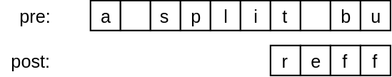
Earlier version of the draw.io export blog/split-buffers/split-buffer-10.svg (briansteffens/briansteffens.github.io). Source tidied: cells renumbered, new cells last; positions are measured from the earlier drawing's top-left corner, leaving out a move shared by most shapes. Source of this version:
```xml
<mxGraphModel background="#ffffff">
  <root>
    <mxCell id="0" />
    <mxCell id="1" parent="0" />
    <mxCell id="2" value="a" style="rounded=0;whiteSpace=wrap;html=1;shadow=0;" parent="1" vertex="1">
      <mxGeometry x="60" width="20" height="20" as="geometry" />
    </mxCell>
    <mxCell id="3" style="rounded=0;whiteSpace=wrap;html=1;shadow=0;" parent="1" vertex="1">
      <mxGeometry x="80" width="20" height="20" as="geometry" />
    </mxCell>
    <mxCell id="4" value="r" style="rounded=0;whiteSpace=wrap;html=1;shadow=0;" parent="1" vertex="1">
      <mxGeometry x="180" y="30" width="20" height="20" as="geometry" />
    </mxCell>
    <mxCell id="5" value="e" style="rounded=0;whiteSpace=wrap;html=1;shadow=0;" parent="1" vertex="1">
      <mxGeometry x="200" y="30" width="20" height="20" as="geometry" />
    </mxCell>
    <mxCell id="6" value="f" style="rounded=0;whiteSpace=wrap;html=1;shadow=0;" parent="1" vertex="1">
      <mxGeometry x="220" y="30" width="20" height="20" as="geometry" />
    </mxCell>
    <mxCell id="7" value="f" style="rounded=0;whiteSpace=wrap;html=1;shadow=0;" parent="1" vertex="1">
      <mxGeometry x="240" y="30" width="20" height="20" as="geometry" />
    </mxCell>
    <mxCell id="8" value="pre:" style="text;html=1;strokeColor=none;fillColor=none;align=center;verticalAlign=middle;whiteSpace=wrap;shadow=0;" parent="1" vertex="1">
      <mxGeometry x="3" width="40" height="20" as="geometry" />
    </mxCell>
    <mxCell id="9" value="post:" style="text;html=1;strokeColor=none;fillColor=none;align=center;verticalAlign=middle;whiteSpace=wrap;shadow=0;" parent="1" vertex="1">
      <mxGeometry y="30" width="40" height="20" as="geometry" />
    </mxCell>
    <mxCell id="10" value="s" style="rounded=0;whiteSpace=wrap;html=1;shadow=0;" parent="1" vertex="1">
      <mxGeometry x="100" width="20" height="20" as="geometry" />
    </mxCell>
    <mxCell id="11" value="p" style="rounded=0;whiteSpace=wrap;html=1;shadow=0;" parent="1" vertex="1">
      <mxGeometry x="120" width="20" height="20" as="geometry" />
    </mxCell>
    <mxCell id="12" value="l" style="rounded=0;whiteSpace=wrap;html=1;shadow=0;" parent="1" vertex="1">
      <mxGeometry x="140" width="20" height="20" as="geometry" />
    </mxCell>
    <mxCell id="13" value="i" style="rounded=0;whiteSpace=wrap;html=1;shadow=0;" parent="1" vertex="1">
      <mxGeometry x="160" width="20" height="20" as="geometry" />
    </mxCell>
    <mxCell id="14" value="t" style="rounded=0;whiteSpace=wrap;html=1;shadow=0;" parent="1" vertex="1">
      <mxGeometry x="180" width="20" height="20" as="geometry" />
    </mxCell>
    <mxCell id="15" value="&amp;nbsp;" style="rounded=0;whiteSpace=wrap;html=1;shadow=0;fillColor=#ffffff;strokeColor=#000000;" parent="1" vertex="1">
      <mxGeometry x="200" width="20" height="20" as="geometry" />
    </mxCell>
    <mxCell id="16" value="b" style="rounded=0;whiteSpace=wrap;html=1;shadow=0;" parent="1" vertex="1">
      <mxGeometry x="220" width="20" height="20" as="geometry" />
    </mxCell>
    <mxCell id="17" value="u" style="rounded=0;whiteSpace=wrap;html=1;shadow=0;fillColor=#ffffff;strokeColor=#000000;" parent="1" vertex="1">
      <mxGeometry x="240" width="20" height="20" as="geometry" />
    </mxCell>
  </root>
</mxGraphModel>
```
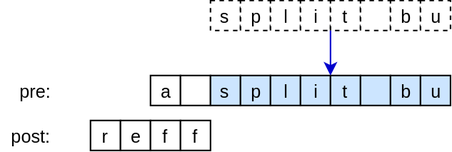
The same file after the commit.

The edit, as a diff of the source:
```diff
@@ -1,4 +1,4 @@
-<mxGraphModel background="#ffffff">
+<mxGraphModel>
   <root>
     <mxCell id="0" />
     <mxCell id="1" parent="0" />
@@ -9,46 +9,79 @@
       <mxGeometry x="80" width="20" height="20" as="geometry" />
     </mxCell>
     <mxCell id="4" value="r" style="rounded=0;whiteSpace=wrap;html=1;shadow=0;" parent="1" vertex="1">
-      <mxGeometry x="180" y="30" width="20" height="20" as="geometry" />
+      <mxGeometry x="20" y="30" width="20" height="20" as="geometry" />
     </mxCell>
     <mxCell id="5" value="e" style="rounded=0;whiteSpace=wrap;html=1;shadow=0;" parent="1" vertex="1">
-      <mxGeometry x="200" y="30" width="20" height="20" as="geometry" />
+      <mxGeometry x="40" y="30" width="20" height="20" as="geometry" />
     </mxCell>
     <mxCell id="6" value="f" style="rounded=0;whiteSpace=wrap;html=1;shadow=0;" parent="1" vertex="1">
-      <mxGeometry x="220" y="30" width="20" height="20" as="geometry" />
+      <mxGeometry x="60" y="30" width="20" height="20" as="geometry" />
     </mxCell>
     <mxCell id="7" value="f" style="rounded=0;whiteSpace=wrap;html=1;shadow=0;" parent="1" vertex="1">
-      <mxGeometry x="240" y="30" width="20" height="20" as="geometry" />
+      <mxGeometry x="80" y="30" width="20" height="20" as="geometry" />
     </mxCell>
     <mxCell id="8" value="pre:" style="text;html=1;strokeColor=none;fillColor=none;align=center;verticalAlign=middle;whiteSpace=wrap;shadow=0;" parent="1" vertex="1">
-      <mxGeometry x="3" width="40" height="20" as="geometry" />
+      <mxGeometry x="-37" width="40" height="20" as="geometry" />
     </mxCell>
     <mxCell id="9" value="post:" style="text;html=1;strokeColor=none;fillColor=none;align=center;verticalAlign=middle;whiteSpace=wrap;shadow=0;" parent="1" vertex="1">
-      <mxGeometry y="30" width="40" height="20" as="geometry" />
+      <mxGeometry x="-40" y="30" width="40" height="20" as="geometry" />
     </mxCell>
-    <mxCell id="10" value="s" style="rounded=0;whiteSpace=wrap;html=1;shadow=0;" parent="1" vertex="1">
+    <mxCell id="10" value="s" style="rounded=0;whiteSpace=wrap;html=1;shadow=0;fillColor=#CCE5FF;" parent="1" vertex="1">
       <mxGeometry x="100" width="20" height="20" as="geometry" />
     </mxCell>
-    <mxCell id="11" value="p" style="rounded=0;whiteSpace=wrap;html=1;shadow=0;" parent="1" vertex="1">
+    <mxCell id="11" value="p" style="rounded=0;whiteSpace=wrap;html=1;shadow=0;fillColor=#CCE5FF;" parent="1" vertex="1">
       <mxGeometry x="120" width="20" height="20" as="geometry" />
     </mxCell>
-    <mxCell id="12" value="l" style="rounded=0;whiteSpace=wrap;html=1;shadow=0;" parent="1" vertex="1">
+    <mxCell id="12" value="l" style="rounded=0;whiteSpace=wrap;html=1;shadow=0;fillColor=#CCE5FF;" parent="1" vertex="1">
       <mxGeometry x="140" width="20" height="20" as="geometry" />
     </mxCell>
-    <mxCell id="13" value="i" style="rounded=0;whiteSpace=wrap;html=1;shadow=0;" parent="1" vertex="1">
+    <mxCell id="13" value="i" style="rounded=0;whiteSpace=wrap;html=1;shadow=0;fillColor=#CCE5FF;" parent="1" vertex="1">
       <mxGeometry x="160" width="20" height="20" as="geometry" />
     </mxCell>
-    <mxCell id="14" value="t" style="rounded=0;whiteSpace=wrap;html=1;shadow=0;" parent="1" vertex="1">
+    <mxCell id="14" value="t" style="rounded=0;whiteSpace=wrap;html=1;shadow=0;fillColor=#CCE5FF;" parent="1" vertex="1">
       <mxGeometry x="180" width="20" height="20" as="geometry" />
     </mxCell>
-    <mxCell id="15" value="&amp;nbsp;" style="rounded=0;whiteSpace=wrap;html=1;shadow=0;fillColor=#ffffff;strokeColor=#000000;" parent="1" vertex="1">
+    <mxCell id="15" value="&amp;nbsp;" style="rounded=0;whiteSpace=wrap;html=1;shadow=0;fillColor=#CCE5FF;strokeColor=#000000;" parent="1" vertex="1">
       <mxGeometry x="200" width="20" height="20" as="geometry" />
     </mxCell>
-    <mxCell id="16" value="b" style="rounded=0;whiteSpace=wrap;html=1;shadow=0;" parent="1" vertex="1">
+    <mxCell id="16" value="b" style="rounded=0;whiteSpace=wrap;html=1;shadow=0;fillColor=#CCE5FF;" parent="1" vertex="1">
       <mxGeometry x="220" width="20" height="20" as="geometry" />
     </mxCell>
-    <mxCell id="17" value="u" style="rounded=0;whiteSpace=wrap;html=1;shadow=0;fillColor=#ffffff;strokeColor=#000000;" parent="1" vertex="1">
+    <mxCell id="17" value="u" style="rounded=0;whiteSpace=wrap;html=1;shadow=0;fillColor=#CCE5FF;strokeColor=#000000;" parent="1" vertex="1">
       <mxGeometry x="240" width="20" height="20" as="geometry" />
     </mxCell>
+    <mxCell id="18" value="s" style="rounded=0;whiteSpace=wrap;html=1;shadow=0;dashed=1;" parent="1" vertex="1">
+      <mxGeometry x="100" y="-50" width="20" height="20" as="geometry" />
+    </mxCell>
+    <mxCell id="19" value="p" style="rounded=0;whiteSpace=wrap;html=1;shadow=0;dashed=1;" parent="1" vertex="1">
+      <mxGeometry x="120" y="-50" width="20" height="20" as="geometry" />
+    </mxCell>
+    <mxCell id="20" value="l" style="rounded=0;whiteSpace=wrap;html=1;shadow=0;dashed=1;" parent="1" vertex="1">
+      <mxGeometry x="140" y="-50" width="20" height="20" as="geometry" />
+    </mxCell>
+    <mxCell id="21" value="i" style="rounded=0;whiteSpace=wrap;html=1;shadow=0;dashed=1;" parent="1" vertex="1">
+      <mxGeometry x="160" y="-50" width="20" height="20" as="geometry" />
+    </mxCell>
+    <mxCell id="22" value="t" style="rounded=0;whiteSpace=wrap;html=1;shadow=0;dashed=1;" parent="1" vertex="1">
+      <mxGeometry x="180" y="-50" width="20" height="20" as="geometry" />
+    </mxCell>
+    <mxCell id="23" value="&amp;nbsp;" style="rounded=0;whiteSpace=wrap;html=1;shadow=0;fillColor=#ffffff;strokeColor=#000000;dashed=1;" parent="1" vertex="1">
+      <mxGeometry x="200" y="-50" width="20" height="20" as="geometry" />
+    </mxCell>
+    <mxCell id="24" value="b" style="rounded=0;whiteSpace=wrap;html=1;shadow=0;dashed=1;" parent="1" vertex="1">
+      <mxGeometry x="220" y="-50" width="20" height="20" as="geometry" />
+    </mxCell>
+    <mxCell id="25" value="u" style="rounded=0;whiteSpace=wrap;html=1;shadow=0;fillColor=#ffffff;strokeColor=#000000;dashed=1;" parent="1" vertex="1">
+      <mxGeometry x="240" y="-50" width="20" height="20" as="geometry" />
+    </mxCell>
+    <mxCell id="26" style="endArrow=classic;html=1;strokeColor=#0000CC;" parent="1" edge="1">
+      <mxGeometry relative="1" as="geometry">
+        <mxPoint x="180" y="-30" as="sourcePoint" />
+        <mxPoint x="180" as="targetPoint" />
+        <Array as="points">
+          <mxPoint x="180" y="-20" />
+        </Array>
+      </mxGeometry>
+    </mxCell>
   </root>
 </mxGraphModel>
```
